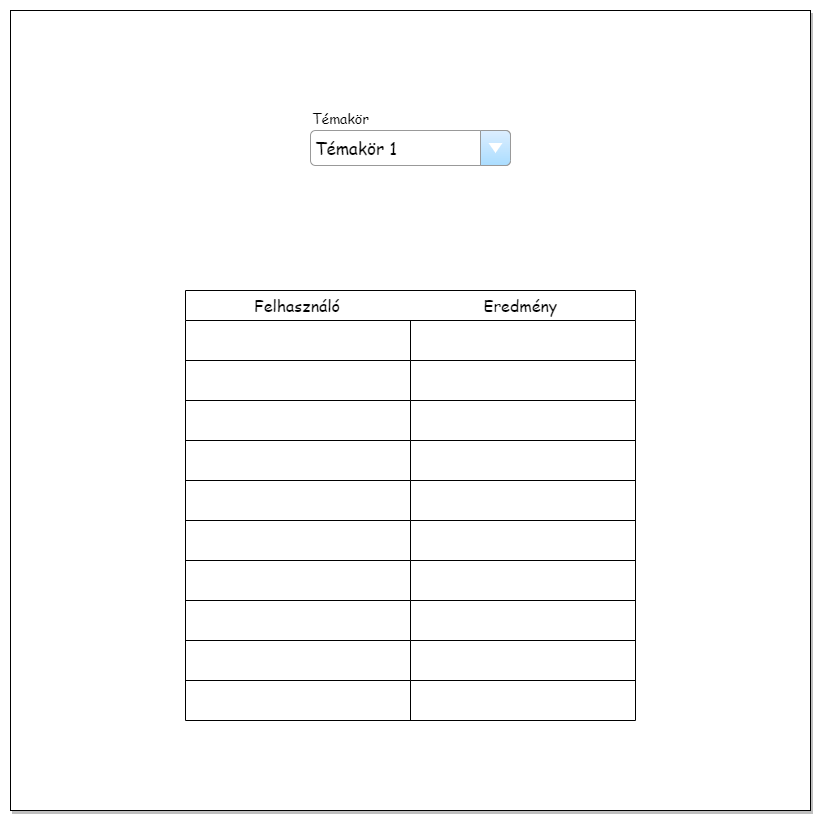
The draw.io diagram wireframes_UML/Ranglista wireframe.png in martakrisztian97/Englian, before a commit. Source tidied: cells renumbered, new cells last; positions are measured from the earlier drawing's top-left corner, leaving out a move shared by most shapes. The source it was exported from:
```xml
<mxGraphModel>
  <root>
    <mxCell id="0" />
    <mxCell id="1" parent="0" />
    <mxCell id="2" style="whiteSpace=wrap;html=1;fontFamily=Comic Sans MS;shadow=1;" parent="1" vertex="1">
      <mxGeometry width="800" height="800" as="geometry" />
    </mxCell>
    <mxCell id="3" value="Témakör 1" style="strokeWidth=1;shadow=0;dashed=0;align=center;html=1;shape=mxgraph.mockup.forms.comboBox;strokeColor=#999999;fillColor=#ddeeff;align=left;fillColor2=#aaddff;mainText=;fontColor=#000000;fontSize=17;spacingLeft=3;fontFamily=Comic Sans MS;" parent="1" vertex="1">
      <mxGeometry x="300" y="120" width="200" height="35" as="geometry" />
    </mxCell>
    <mxCell id="4" value="              Felhasználó                              Eredmény" style="shape=table;startSize=30;strokeColor=default;fontSize=16;align=left;fontFamily=Comic Sans MS;" parent="1" vertex="1">
      <mxGeometry x="175" y="280" width="450" height="430" as="geometry" />
    </mxCell>
    <mxCell id="5" style="shape=tableRow;horizontal=0;startSize=0;swimlaneHead=0;swimlaneBody=0;strokeColor=inherit;top=0;left=0;bottom=0;right=0;fillColor=none;fontSize=16;" parent="4" vertex="1">
      <mxGeometry y="30" width="450" height="40" as="geometry" />
    </mxCell>
    <mxCell id="6" style="shape=partialRectangle;html=1;whiteSpace=wrap;strokeColor=inherit;overflow=hidden;fillColor=none;top=0;left=0;bottom=0;right=0;fontSize=16;" parent="5" vertex="1">
      <mxGeometry width="225" height="40" as="geometry" />
    </mxCell>
    <mxCell id="7" style="shape=partialRectangle;html=1;whiteSpace=wrap;strokeColor=inherit;overflow=hidden;fillColor=none;top=0;left=0;bottom=0;right=0;fontSize=16;" parent="5" vertex="1">
      <mxGeometry x="225" width="225" height="40" as="geometry" />
    </mxCell>
    <mxCell id="8" style="shape=tableRow;horizontal=0;startSize=0;swimlaneHead=0;swimlaneBody=0;strokeColor=inherit;top=0;left=0;bottom=0;right=0;fillColor=none;fontSize=16;" parent="4" vertex="1">
      <mxGeometry y="70" width="450" height="40" as="geometry" />
    </mxCell>
    <mxCell id="9" style="shape=partialRectangle;html=1;whiteSpace=wrap;strokeColor=inherit;overflow=hidden;fillColor=none;top=0;left=0;bottom=0;right=0;fontSize=16;" parent="8" vertex="1">
      <mxGeometry width="225" height="40" as="geometry" />
    </mxCell>
    <mxCell id="10" style="shape=partialRectangle;html=1;whiteSpace=wrap;strokeColor=inherit;overflow=hidden;fillColor=none;top=0;left=0;bottom=0;right=0;fontSize=16;" parent="8" vertex="1">
      <mxGeometry x="225" width="225" height="40" as="geometry" />
    </mxCell>
    <mxCell id="11" style="shape=tableRow;horizontal=0;startSize=0;swimlaneHead=0;swimlaneBody=0;strokeColor=inherit;top=0;left=0;bottom=0;right=0;fillColor=none;fontSize=16;" parent="4" vertex="1">
      <mxGeometry y="110" width="450" height="40" as="geometry" />
    </mxCell>
    <mxCell id="12" style="shape=partialRectangle;html=1;whiteSpace=wrap;strokeColor=inherit;overflow=hidden;fillColor=none;top=0;left=0;bottom=0;right=0;fontSize=16;" parent="11" vertex="1">
      <mxGeometry width="225" height="40" as="geometry" />
    </mxCell>
    <mxCell id="13" style="shape=partialRectangle;html=1;whiteSpace=wrap;strokeColor=inherit;overflow=hidden;fillColor=none;top=0;left=0;bottom=0;right=0;fontSize=16;" parent="11" vertex="1">
      <mxGeometry x="225" width="225" height="40" as="geometry" />
    </mxCell>
    <mxCell id="14" style="shape=tableRow;horizontal=0;startSize=0;swimlaneHead=0;swimlaneBody=0;strokeColor=inherit;top=0;left=0;bottom=0;right=0;fillColor=none;fontSize=16;" parent="4" vertex="1">
      <mxGeometry y="150" width="450" height="40" as="geometry" />
    </mxCell>
    <mxCell id="15" style="shape=partialRectangle;html=1;whiteSpace=wrap;strokeColor=inherit;overflow=hidden;fillColor=none;top=0;left=0;bottom=0;right=0;fontSize=16;" parent="14" vertex="1">
      <mxGeometry width="225" height="40" as="geometry" />
    </mxCell>
    <mxCell id="16" style="shape=partialRectangle;html=1;whiteSpace=wrap;strokeColor=inherit;overflow=hidden;fillColor=none;top=0;left=0;bottom=0;right=0;fontSize=16;" parent="14" vertex="1">
      <mxGeometry x="225" width="225" height="40" as="geometry" />
    </mxCell>
    <mxCell id="17" style="shape=tableRow;horizontal=0;startSize=0;swimlaneHead=0;swimlaneBody=0;strokeColor=inherit;top=0;left=0;bottom=0;right=0;fillColor=none;fontSize=16;" parent="4" vertex="1">
      <mxGeometry y="190" width="450" height="40" as="geometry" />
    </mxCell>
    <mxCell id="18" style="shape=partialRectangle;html=1;whiteSpace=wrap;strokeColor=inherit;overflow=hidden;fillColor=none;top=0;left=0;bottom=0;right=0;fontSize=16;" parent="17" vertex="1">
      <mxGeometry width="225" height="40" as="geometry" />
    </mxCell>
    <mxCell id="19" style="shape=partialRectangle;html=1;whiteSpace=wrap;strokeColor=inherit;overflow=hidden;fillColor=none;top=0;left=0;bottom=0;right=0;fontSize=16;" parent="17" vertex="1">
      <mxGeometry x="225" width="225" height="40" as="geometry" />
    </mxCell>
    <mxCell id="20" style="shape=tableRow;horizontal=0;startSize=0;swimlaneHead=0;swimlaneBody=0;strokeColor=inherit;top=0;left=0;bottom=0;right=0;fillColor=none;fontSize=16;" parent="4" vertex="1">
      <mxGeometry y="230" width="450" height="40" as="geometry" />
    </mxCell>
    <mxCell id="21" style="shape=partialRectangle;html=1;whiteSpace=wrap;strokeColor=inherit;overflow=hidden;fillColor=none;top=0;left=0;bottom=0;right=0;fontSize=16;" parent="20" vertex="1">
      <mxGeometry width="225" height="40" as="geometry" />
    </mxCell>
    <mxCell id="22" style="shape=partialRectangle;html=1;whiteSpace=wrap;strokeColor=inherit;overflow=hidden;fillColor=none;top=0;left=0;bottom=0;right=0;fontSize=16;" parent="20" vertex="1">
      <mxGeometry x="225" width="225" height="40" as="geometry" />
    </mxCell>
    <mxCell id="23" style="shape=tableRow;horizontal=0;startSize=0;swimlaneHead=0;swimlaneBody=0;strokeColor=inherit;top=0;left=0;bottom=0;right=0;fillColor=none;fontSize=16;" parent="4" vertex="1">
      <mxGeometry y="270" width="450" height="40" as="geometry" />
    </mxCell>
    <mxCell id="24" style="shape=partialRectangle;html=1;whiteSpace=wrap;strokeColor=inherit;overflow=hidden;fillColor=none;top=0;left=0;bottom=0;right=0;fontSize=16;" parent="23" vertex="1">
      <mxGeometry width="225" height="40" as="geometry" />
    </mxCell>
    <mxCell id="25" style="shape=partialRectangle;html=1;whiteSpace=wrap;strokeColor=inherit;overflow=hidden;fillColor=none;top=0;left=0;bottom=0;right=0;fontSize=16;" parent="23" vertex="1">
      <mxGeometry x="225" width="225" height="40" as="geometry" />
    </mxCell>
    <mxCell id="26" style="shape=tableRow;horizontal=0;startSize=0;swimlaneHead=0;swimlaneBody=0;strokeColor=inherit;top=0;left=0;bottom=0;right=0;fillColor=none;fontSize=16;" parent="4" vertex="1">
      <mxGeometry y="310" width="450" height="40" as="geometry" />
    </mxCell>
    <mxCell id="27" style="shape=partialRectangle;html=1;whiteSpace=wrap;strokeColor=inherit;overflow=hidden;fillColor=none;top=0;left=0;bottom=0;right=0;fontSize=16;" parent="26" vertex="1">
      <mxGeometry width="225" height="40" as="geometry" />
    </mxCell>
    <mxCell id="28" style="shape=partialRectangle;html=1;whiteSpace=wrap;strokeColor=inherit;overflow=hidden;fillColor=none;top=0;left=0;bottom=0;right=0;fontSize=16;" parent="26" vertex="1">
      <mxGeometry x="225" width="225" height="40" as="geometry" />
    </mxCell>
    <mxCell id="29" style="shape=tableRow;horizontal=0;startSize=0;swimlaneHead=0;swimlaneBody=0;strokeColor=inherit;top=0;left=0;bottom=0;right=0;fillColor=none;fontSize=16;" parent="4" vertex="1">
      <mxGeometry y="350" width="450" height="40" as="geometry" />
    </mxCell>
    <mxCell id="30" style="shape=partialRectangle;html=1;whiteSpace=wrap;strokeColor=inherit;overflow=hidden;fillColor=none;top=0;left=0;bottom=0;right=0;fontSize=16;" parent="29" vertex="1">
      <mxGeometry width="225" height="40" as="geometry" />
    </mxCell>
    <mxCell id="31" style="shape=partialRectangle;html=1;whiteSpace=wrap;strokeColor=inherit;overflow=hidden;fillColor=none;top=0;left=0;bottom=0;right=0;fontSize=16;" parent="29" vertex="1">
      <mxGeometry x="225" width="225" height="40" as="geometry" />
    </mxCell>
    <mxCell id="32" style="shape=tableRow;horizontal=0;startSize=0;swimlaneHead=0;swimlaneBody=0;strokeColor=inherit;top=0;left=0;bottom=0;right=0;fillColor=none;fontSize=16;" parent="4" vertex="1">
      <mxGeometry y="390" width="450" height="40" as="geometry" />
    </mxCell>
    <mxCell id="33" style="shape=partialRectangle;html=1;whiteSpace=wrap;strokeColor=inherit;overflow=hidden;fillColor=none;top=0;left=0;bottom=0;right=0;fontSize=16;" parent="32" vertex="1">
      <mxGeometry width="225" height="40" as="geometry" />
    </mxCell>
    <mxCell id="34" style="shape=partialRectangle;html=1;whiteSpace=wrap;strokeColor=inherit;overflow=hidden;fillColor=none;top=0;left=0;bottom=0;right=0;fontSize=16;" parent="32" vertex="1">
      <mxGeometry x="225" width="225" height="40" as="geometry" />
    </mxCell>
    <mxCell id="35" value="Témakör" style="text;html=1;strokeColor=none;fillColor=none;align=left;verticalAlign=bottom;whiteSpace=wrap;rounded=0;fontFamily=Comic Sans MS;fontSize=14;" parent="1" vertex="1">
      <mxGeometry x="300" y="90" width="60" height="30" as="geometry" />
    </mxCell>
  </root>
</mxGraphModel>
```
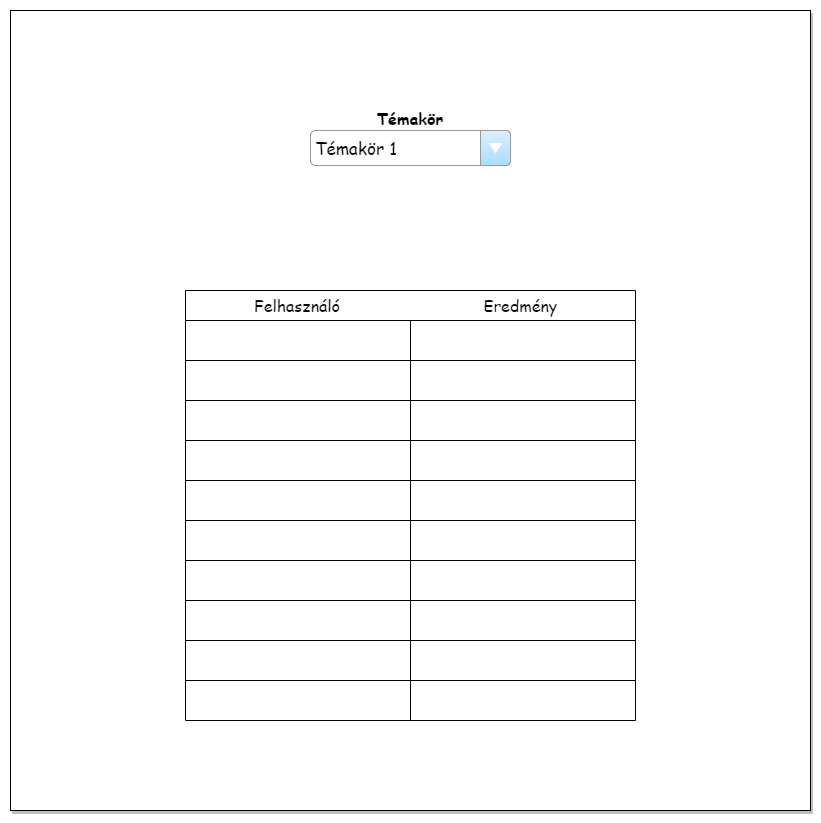
After the change.

Change to the diagram source:
```diff
@@ -101,8 +101,8 @@
     <mxCell id="34" style="shape=partialRectangle;html=1;whiteSpace=wrap;strokeColor=inherit;overflow=hidden;fillColor=none;top=0;left=0;bottom=0;right=0;fontSize=16;" parent="32" vertex="1">
       <mxGeometry x="225" width="225" height="40" as="geometry" />
     </mxCell>
-    <mxCell id="35" value="Témakör" style="text;html=1;strokeColor=none;fillColor=none;align=left;verticalAlign=bottom;whiteSpace=wrap;rounded=0;fontFamily=Comic Sans MS;fontSize=14;" parent="1" vertex="1">
-      <mxGeometry x="300" y="90" width="60" height="30" as="geometry" />
+    <mxCell id="35" value="Témakör" style="text;html=1;strokeColor=none;fillColor=none;align=center;verticalAlign=bottom;whiteSpace=wrap;rounded=0;fontFamily=Comic Sans MS;fontSize=16;fontStyle=1;" parent="1" vertex="1">
+      <mxGeometry x="300" y="90" width="200" height="30" as="geometry" />
     </mxCell>
   </root>
 </mxGraphModel>
```
